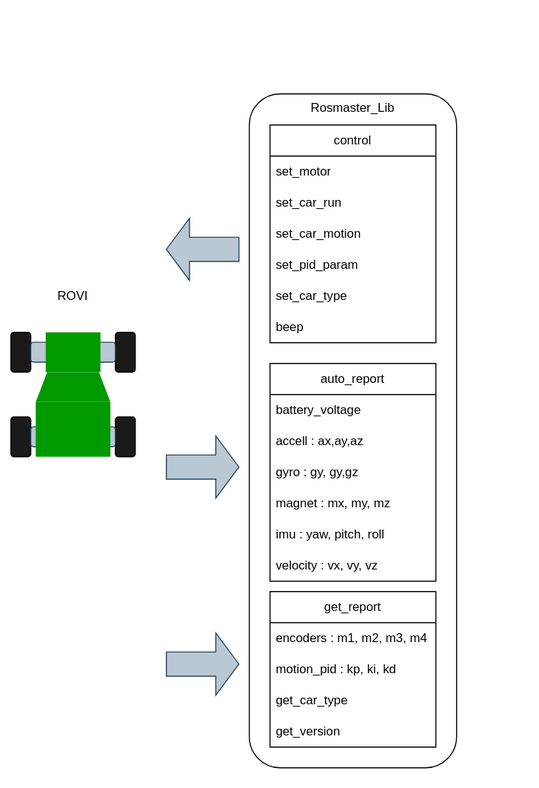
This is docs/package_flow.drawio.svg from Roblibs/rovi_ros_ws, a draw.io export, as it was before one commit. Source tidied: cells renumbered, new cells last; positions are measured from the earlier drawing's top-left corner, leaving out a move shared by most shapes.
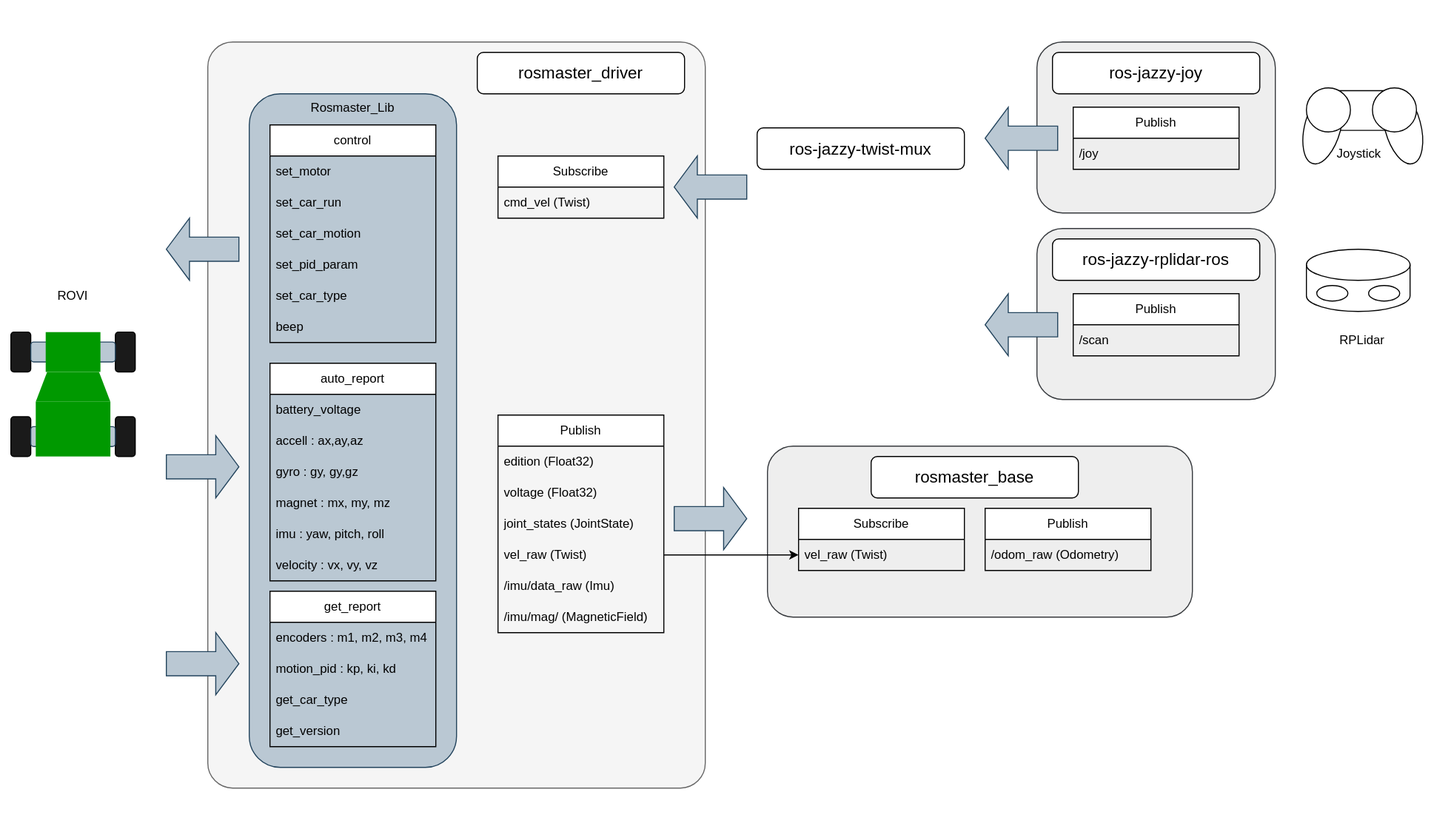
After the change.

Commit message:
add nodes in diagram

Change to the diagram source:
```diff
@@ -3,9 +3,12 @@
     <mxCell id="0" />
     <mxCell id="1" parent="0" />
     <mxCell id="2" style="rounded=0;whiteSpace=wrap;html=1;strokeColor=none;" parent="1" vertex="1">
-      <mxGeometry width="520" height="760" as="geometry" />
+      <mxGeometry width="1400" height="800" as="geometry" />
     </mxCell>
+    <mxCell id="37" style="rounded=1;whiteSpace=wrap;html=1;verticalAlign=top;align=right;fillColor=#f5f5f5;arcSize=5;fontColor=#333333;strokeColor=#666666;" parent="1" vertex="1">
+      <mxGeometry x="200" y="40" width="480" height="720" as="geometry" />
+    </mxCell>
-    <mxCell id="3" value="Rosmaster_Lib" style="rounded=1;whiteSpace=wrap;html=1;verticalAlign=top;fillColor=none;" parent="1" vertex="1">
+    <mxCell id="3" value="Rosmaster_Lib" style="rounded=1;whiteSpace=wrap;html=1;verticalAlign=top;fillColor=#bac8d3;strokeColor=#23445d;" parent="1" vertex="1">
       <mxGeometry x="240" y="90" width="200" height="650" as="geometry" />
     </mxCell>
     <mxCell id="4" style="group;" parent="1" vertex="1">
@@ -107,5 +110,128 @@
     <mxCell id="36" style="shape=singleArrow;direction=west;whiteSpace=wrap;html=1;arrowWidth=0.3888885498046875;arrowSize=0.31904820033482145;rotation=-180;fillColor=#bac8d3;strokeColor=#23445d;" parent="1" vertex="1">
       <mxGeometry x="160" y="610" width="70" height="60" as="geometry" />
     </mxCell>
+    <mxCell id="38" style="rounded=1;whiteSpace=wrap;html=1;fillColor=#eeeeee;strokeColor=#36393d;" parent="1" vertex="1">
+      <mxGeometry x="740" y="430" width="410" height="165" as="geometry" />
+    </mxCell>
+    <mxCell id="39" value="Subscribe" style="swimlane;fontStyle=0;horizontal=1;startSize=30;whiteSpace=wrap;html=1;" parent="1" vertex="1">
+      <mxGeometry x="480" y="150" width="160" height="60" as="geometry" />
+    </mxCell>
+    <mxCell id="40" value="cmd_vel (Twist)" style="text;strokeColor=none;fillColor=none;align=left;verticalAlign=middle;spacingLeft=4;spacingRight=4;overflow=hidden;whiteSpace=wrap;html=1;" parent="39" vertex="1">
+      <mxGeometry y="30" width="160" height="30" as="geometry" />
+    </mxCell>
+    <mxCell id="41" value="Publish" style="swimlane;fontStyle=0;horizontal=1;startSize=30;whiteSpace=wrap;html=1;" parent="1" vertex="1">
+      <mxGeometry x="480" y="400" width="160" height="210" as="geometry" />
+    </mxCell>
+    <mxCell id="42" value="edition (Float32)" style="text;strokeColor=none;fillColor=none;align=left;verticalAlign=middle;spacingLeft=4;spacingRight=4;overflow=hidden;whiteSpace=wrap;html=1;" parent="41" vertex="1">
+      <mxGeometry y="30" width="160" height="30" as="geometry" />
+    </mxCell>
+    <mxCell id="43" value="voltage (Float32)" style="text;strokeColor=none;fillColor=none;align=left;verticalAlign=middle;spacingLeft=4;spacingRight=4;overflow=hidden;whiteSpace=wrap;html=1;" parent="41" vertex="1">
+      <mxGeometry y="60" width="160" height="30" as="geometry" />
+    </mxCell>
+    <mxCell id="44" value="joint_states (JointState)" style="text;strokeColor=none;fillColor=none;align=left;verticalAlign=middle;spacingLeft=4;spacingRight=4;overflow=hidden;whiteSpace=wrap;html=1;" parent="41" vertex="1">
+      <mxGeometry y="90" width="160" height="30" as="geometry" />
+    </mxCell>
+    <mxCell id="45" value="vel_raw (Twist)" style="text;strokeColor=none;fillColor=none;align=left;verticalAlign=middle;spacingLeft=4;spacingRight=4;overflow=hidden;points=[[0,0.5],[1,0.5]];portConstraint=eastwest;whiteSpace=wrap;html=1;" parent="41" vertex="1">
+      <mxGeometry y="120" width="160" height="30" as="geometry" />
+    </mxCell>
+    <mxCell id="46" value="/imu/data_raw (Imu)" style="text;strokeColor=none;fillColor=none;align=left;verticalAlign=middle;spacingLeft=4;spacingRight=4;overflow=hidden;whiteSpace=wrap;html=1;" parent="41" vertex="1">
+      <mxGeometry y="150" width="160" height="30" as="geometry" />
+    </mxCell>
+    <mxCell id="47" value="/imu/mag/ (MagneticField)" style="text;strokeColor=none;fillColor=none;align=left;verticalAlign=middle;spacingLeft=4;spacingRight=4;overflow=hidden;whiteSpace=wrap;html=1;" parent="41" vertex="1">
+      <mxGeometry y="180" width="160" height="30" as="geometry" />
+    </mxCell>
+    <mxCell id="48" value="rosmaster_driver" style="rounded=1;whiteSpace=wrap;html=1;fontSize=16;" parent="1" vertex="1">
+      <mxGeometry x="460" y="50" width="200" height="40" as="geometry" />
+    </mxCell>
+    <mxCell id="49" style="shape=singleArrow;direction=west;whiteSpace=wrap;html=1;arrowWidth=0.3888885498046875;arrowSize=0.31904820033482145;fillColor=#bac8d3;strokeColor=#23445d;" parent="1" vertex="1">
+      <mxGeometry x="650" y="150" width="70" height="60" as="geometry" />
+    </mxCell>
+    <mxCell id="50" style="shape=singleArrow;direction=west;whiteSpace=wrap;html=1;arrowWidth=0.3888885498046875;arrowSize=0.31904820033482145;rotation=-180;fillColor=#bac8d3;strokeColor=#23445d;" parent="1" vertex="1">
+      <mxGeometry x="650" y="470" width="70" height="60" as="geometry" />
+    </mxCell>
+    <mxCell id="51" value="Subscribe" style="swimlane;fontStyle=0;horizontal=1;startSize=30;whiteSpace=wrap;html=1;" parent="1" vertex="1">
+      <mxGeometry x="770" y="490" width="160" height="60" as="geometry" />
+    </mxCell>
+    <mxCell id="52" value="vel_raw (Twist)" style="text;strokeColor=none;fillColor=none;align=left;verticalAlign=middle;spacingLeft=4;spacingRight=4;overflow=hidden;points=[[0,0.5],[1,0.5]];portConstraint=eastwest;whiteSpace=wrap;html=1;" parent="51" vertex="1">
+      <mxGeometry y="30" width="160" height="30" as="geometry" />
+    </mxCell>
+    <mxCell id="53" style="edgeStyle=none;html=1;exitX=1;exitY=0.5;exitDx=0;exitDy=0;entryX=0;entryY=0.5;entryDx=0;entryDy=0;" parent="1" edge="1" source="45" target="52">
+      <mxGeometry relative="1" as="geometry" />
+    </mxCell>
+    <mxCell id="54" value="Publish" style="swimlane;fontStyle=0;horizontal=1;startSize=30;whiteSpace=wrap;html=1;" parent="1" vertex="1">
+      <mxGeometry x="950" y="490" width="160" height="60" as="geometry" />
+    </mxCell>
+    <mxCell id="55" value="/odom_raw (Odometry)" style="text;strokeColor=none;fillColor=none;align=left;verticalAlign=middle;spacingLeft=4;spacingRight=4;overflow=hidden;whiteSpace=wrap;html=1;" parent="54" vertex="1">
+      <mxGeometry y="30" width="160" height="30" as="geometry" />
+    </mxCell>
+    <mxCell id="56" value="rosmaster_base" style="rounded=1;whiteSpace=wrap;html=1;fontSize=16;" parent="1" vertex="1">
+      <mxGeometry x="840" y="440" width="200" height="40" as="geometry" />
+    </mxCell>
+    <mxCell id="57" style="group;" parent="1" vertex="1">
+      <mxGeometry x="1250" y="80" width="128.8" height="82.9" as="geometry" />
+    </mxCell>
+    <mxCell id="58" style="rounded=1;whiteSpace=wrap;html=1;" parent="57" vertex="1">
+      <mxGeometry x="31.2" y="7" width="63.7" height="38.3" as="geometry" />
+    </mxCell>
+    <mxCell id="59" style="ellipse;whiteSpace=wrap;html=1;rotation=75;" parent="57" vertex="1">
+      <mxGeometry x="65.7" y="24.1" width="74.3" height="34.8" as="geometry" />
+    </mxCell>
+    <mxCell id="60" style="ellipse;whiteSpace=wrap;html=1;rotation=105;" parent="57" vertex="1">
+      <mxGeometry x="-11.2" y="24.1" width="74.3" height="34.8" as="geometry" />
+    </mxCell>
+    <mxCell id="61" style="ellipse;whiteSpace=wrap;html=1;" parent="57" vertex="1">
+      <mxGeometry x="10" y="4.3" width="42.5" height="42.5" as="geometry" />
+    </mxCell>
+    <mxCell id="62" style="ellipse;whiteSpace=wrap;html=1;" parent="57" vertex="1">
+      <mxGeometry x="73.7" y="4.3" width="42.5" height="42.5" as="geometry" />
+    </mxCell>
+    <mxCell id="63" value="Joystick" style="text;html=1;align=center;verticalAlign=middle;whiteSpace=wrap;rounded=0;" parent="57" vertex="1">
+      <mxGeometry x="31.2" y="52.9" width="60" height="30" as="geometry" />
+    </mxCell>
+    <mxCell id="64" style="rounded=1;whiteSpace=wrap;html=1;fillColor=#eeeeee;strokeColor=#36393d;" parent="1" vertex="1">
+      <mxGeometry x="1000" y="40" width="230" height="165" as="geometry" />
+    </mxCell>
+    <mxCell id="65" value="Publish" style="swimlane;fontStyle=0;horizontal=1;startSize=30;whiteSpace=wrap;html=1;" parent="1" vertex="1">
+      <mxGeometry x="1035" y="102.9" width="160" height="60" as="geometry" />
+    </mxCell>
+    <mxCell id="66" value="/joy" style="text;strokeColor=none;fillColor=none;align=left;verticalAlign=middle;spacingLeft=4;spacingRight=4;overflow=hidden;whiteSpace=wrap;html=1;" parent="65" vertex="1">
+      <mxGeometry y="30" width="160" height="30" as="geometry" />
+    </mxCell>
+    <mxCell id="67" value="ros-jazzy-joy" style="rounded=1;whiteSpace=wrap;html=1;fontSize=16;" parent="1" vertex="1">
+      <mxGeometry x="1015" y="50" width="200" height="40" as="geometry" />
+    </mxCell>
+    <mxCell id="68" style="shape=singleArrow;direction=west;whiteSpace=wrap;html=1;arrowWidth=0.3888885498046875;arrowSize=0.31904820033482145;fillColor=#bac8d3;strokeColor=#23445d;" parent="1" vertex="1">
+      <mxGeometry x="950" y="102.9" width="70" height="60" as="geometry" />
+    </mxCell>
+    <mxCell id="69" style="rounded=1;whiteSpace=wrap;html=1;fillColor=#eeeeee;strokeColor=#36393d;" parent="1" vertex="1">
+      <mxGeometry x="1000" y="220" width="230" height="165" as="geometry" />
+    </mxCell>
+    <mxCell id="70" value="Publish" style="swimlane;fontStyle=0;horizontal=1;startSize=30;whiteSpace=wrap;html=1;" parent="1" vertex="1">
+      <mxGeometry x="1035" y="282.9" width="160" height="60" as="geometry" />
+    </mxCell>
+    <mxCell id="71" value="/scan" style="text;strokeColor=none;fillColor=none;align=left;verticalAlign=middle;spacingLeft=4;spacingRight=4;overflow=hidden;whiteSpace=wrap;html=1;" parent="70" vertex="1">
+      <mxGeometry y="30" width="160" height="30" as="geometry" />
+    </mxCell>
+    <mxCell id="72" value="ros-jazzy-rplidar-ros" style="rounded=1;whiteSpace=wrap;html=1;fontSize=16;" parent="1" vertex="1">
+      <mxGeometry x="1015" y="230" width="200" height="40" as="geometry" />
+    </mxCell>
+    <mxCell id="73" style="shape=singleArrow;direction=west;whiteSpace=wrap;html=1;arrowWidth=0.3888885498046875;arrowSize=0.31904820033482145;fillColor=#bac8d3;strokeColor=#23445d;" parent="1" vertex="1">
+      <mxGeometry x="950" y="282.9" width="70" height="60" as="geometry" />
+    </mxCell>
+    <mxCell id="74" value="ros-jazzy-twist-mux" style="rounded=1;whiteSpace=wrap;html=1;fontSize=16;" parent="1" vertex="1">
+      <mxGeometry x="730" y="122.9" width="200" height="40" as="geometry" />
+    </mxCell>
+    <mxCell id="75" style="shape=cylinder3;whiteSpace=wrap;html=1;boundedLbl=1;backgroundOutline=1;size=15;" parent="1" vertex="1">
+      <mxGeometry x="1260" y="240" width="100" height="60" as="geometry" />
+    </mxCell>
+    <mxCell id="76" style="ellipse;whiteSpace=wrap;html=1;" parent="1" vertex="1">
+      <mxGeometry x="1320" y="275" width="30" height="15" as="geometry" />
+    </mxCell>
+    <mxCell id="77" style="ellipse;whiteSpace=wrap;html=1;" parent="1" vertex="1">
+      <mxGeometry x="1270" y="275" width="30" height="15" as="geometry" />
+    </mxCell>
+    <mxCell id="78" value="RPLidar" style="text;html=1;align=center;verticalAlign=middle;whiteSpace=wrap;rounded=0;" parent="1" vertex="1">
+      <mxGeometry x="1284.4" y="312.9" width="60" height="30" as="geometry" />
+    </mxCell>
   </root>
 </mxGraphModel>
```
